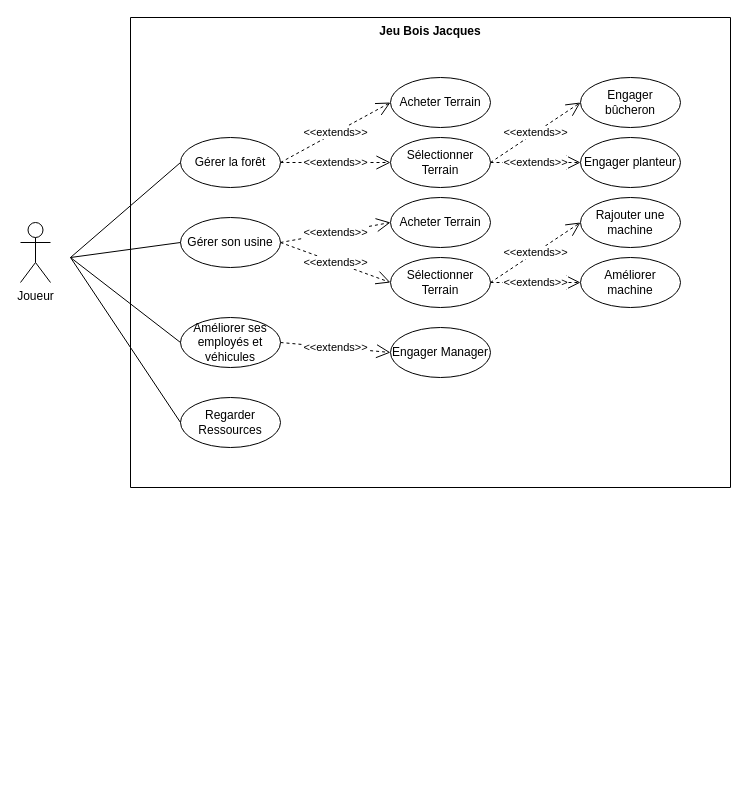
QuinD3cim/AP4B_Lumber keeps this draw.io diagram as page "DCU" (3 of 3) of UML_diagrams/reduced_visibility_uml.drawio. Above is the earlier version. Source tidied: cells renumbered, new cells numbered last; positions are measured from the earlier drawing's top-left corner, leaving out a move shared by most shapes. Both pictures are drawn from the tidied source at 100%, with x=0, y=0 at pixel (20, 17).
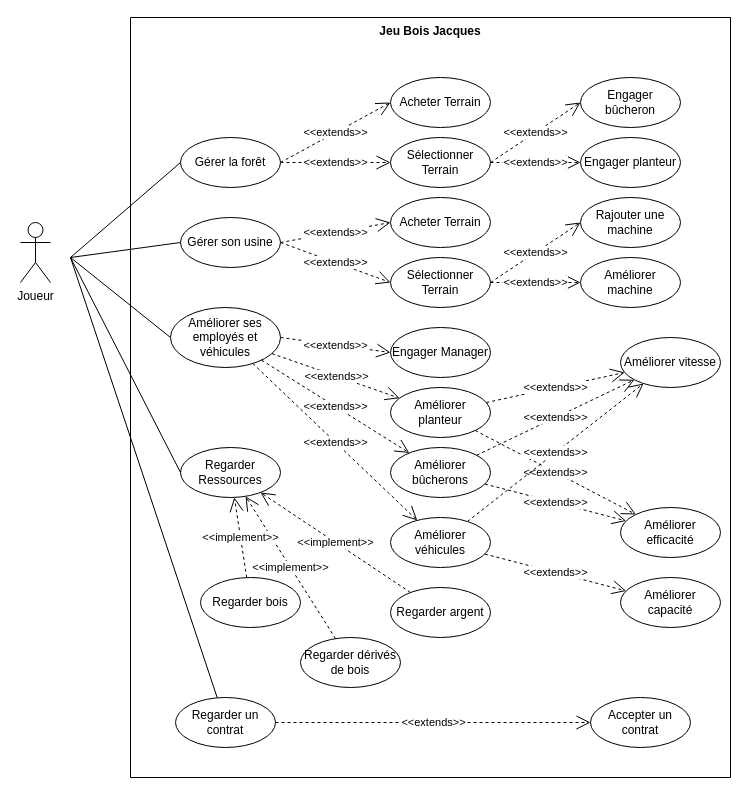
The same diagram, later.

Change to the diagram source:
```diff
@@
     <mxCell id="3" value="Jeu Bois Jacques" style="swimlane;startSize=0;verticalAlign=top;" parent="1" vertex="1">
-      <mxGeometry x="110" width="600" height="470" as="geometry" />
+      <mxGeometry x="110" width="600" height="760" as="geometry" />
     </mxCell>
@@
     <mxCell id="11" value="Améliorer ses employés et véhicules" style="ellipse;whiteSpace=wrap;html=1;" parent="3" vertex="1">
-      <mxGeometry x="50" y="300" width="100" height="50" as="geometry" />
+      <mxGeometry x="40" y="290" width="110" height="60" as="geometry" />
     </mxCell>
@@
     <mxCell id="13" value="Regarder Ressources" style="ellipse;whiteSpace=wrap;html=1;" parent="3" vertex="1">
-      <mxGeometry x="50" y="380" width="100" height="50" as="geometry" />
+      <mxGeometry x="50" y="430" width="100" height="50" as="geometry" />
     </mxCell>
@@
+    <mxCell id="30" value="&amp;lt;&amp;lt;extends&amp;gt;&amp;gt;" style="edgeStyle=none;html=1;dashed=1;endArrow=open;endFill=0;endSize=12;strokeWidth=1;" parent="3" edge="1" source="11" target="31">
+      <mxGeometry relative="1" as="geometry" />
+    </mxCell>
+    <mxCell id="31" value="Améliorer planteur" style="ellipse;whiteSpace=wrap;html=1;" parent="3" vertex="1">
+      <mxGeometry x="260" y="370" width="100" height="50" as="geometry" />
+    </mxCell>
+    <mxCell id="32" value="Améliorer bûcherons" style="ellipse;whiteSpace=wrap;html=1;" parent="3" vertex="1">
+      <mxGeometry x="260" y="430" width="100" height="50" as="geometry" />
+    </mxCell>
+    <mxCell id="33" value="&amp;lt;&amp;lt;extends&amp;gt;&amp;gt;" style="edgeStyle=none;html=1;dashed=1;endArrow=open;endFill=0;endSize=12;strokeWidth=1;" parent="3" edge="1" source="11" target="32">
+      <mxGeometry relative="1" as="geometry" />
+    </mxCell>
+    <mxCell id="34" value="Améliorer véhicules" style="ellipse;whiteSpace=wrap;html=1;" parent="3" vertex="1">
+      <mxGeometry x="260" y="500" width="100" height="50" as="geometry" />
+    </mxCell>
+    <mxCell id="35" value="&amp;lt;&amp;lt;extends&amp;gt;&amp;gt;" style="edgeStyle=none;html=1;dashed=1;endArrow=open;endFill=0;endSize=12;strokeWidth=1;" parent="3" edge="1" source="11" target="34">
+      <mxGeometry relative="1" as="geometry" />
+    </mxCell>
+    <mxCell id="36" value="Améliorer vitesse" style="ellipse;whiteSpace=wrap;html=1;" parent="3" vertex="1">
+      <mxGeometry x="490" y="320" width="100" height="50" as="geometry" />
+    </mxCell>
+    <mxCell id="37" value="Améliorer efficacité" style="ellipse;whiteSpace=wrap;html=1;" parent="3" vertex="1">
+      <mxGeometry x="490" y="490" width="100" height="50" as="geometry" />
+    </mxCell>
+    <mxCell id="38" value="&amp;lt;&amp;lt;extends&amp;gt;&amp;gt;" style="edgeStyle=none;html=1;dashed=1;endArrow=open;endFill=0;endSize=12;strokeWidth=1;" parent="3" edge="1" source="31" target="36">
+      <mxGeometry relative="1" as="geometry" />
+    </mxCell>
+    <mxCell id="39" value="&amp;lt;&amp;lt;extends&amp;gt;&amp;gt;" style="edgeStyle=none;html=1;dashed=1;endArrow=open;endFill=0;endSize=12;strokeWidth=1;" parent="3" edge="1" source="32" target="36">
+      <mxGeometry relative="1" as="geometry" />
+    </mxCell>
+    <mxCell id="40" value="&amp;lt;&amp;lt;extends&amp;gt;&amp;gt;" style="edgeStyle=none;html=1;dashed=1;endArrow=open;endFill=0;endSize=12;strokeWidth=1;" parent="3" edge="1" source="31" target="37">
+      <mxGeometry relative="1" as="geometry" />
+    </mxCell>
+    <mxCell id="41" value="&amp;lt;&amp;lt;extends&amp;gt;&amp;gt;" style="edgeStyle=none;html=1;dashed=1;endArrow=open;endFill=0;endSize=12;strokeWidth=1;" parent="3" edge="1" source="32" target="37">
+      <mxGeometry relative="1" as="geometry" />
+    </mxCell>
+    <mxCell id="42" value="&amp;lt;&amp;lt;extends&amp;gt;&amp;gt;" style="edgeStyle=none;html=1;dashed=1;endArrow=open;endFill=0;endSize=12;strokeWidth=1;" parent="3" edge="1" source="34" target="36">
+      <mxGeometry relative="1" as="geometry" />
+    </mxCell>
+    <mxCell id="43" value="Améliorer capacité" style="ellipse;whiteSpace=wrap;html=1;" parent="3" vertex="1">
+      <mxGeometry x="490" y="560" width="100" height="50" as="geometry" />
+    </mxCell>
+    <mxCell id="44" value="&amp;lt;&amp;lt;extends&amp;gt;&amp;gt;" style="edgeStyle=none;html=1;dashed=1;endArrow=open;endFill=0;endSize=12;strokeWidth=1;" parent="3" edge="1" source="34" target="43">
+      <mxGeometry relative="1" as="geometry" />
+    </mxCell>
+    <mxCell id="45" value="Regarder un contrat" style="ellipse;whiteSpace=wrap;html=1;" parent="3" vertex="1">
+      <mxGeometry x="45" y="680" width="100" height="50" as="geometry" />
+    </mxCell>
+    <mxCell id="46" value="Accepter un contrat" style="ellipse;whiteSpace=wrap;html=1;" parent="3" vertex="1">
+      <mxGeometry x="460" y="680" width="100" height="50" as="geometry" />
+    </mxCell>
+    <mxCell id="47" value="&amp;lt;&amp;lt;extends&amp;gt;&amp;gt;" style="edgeStyle=none;html=1;dashed=1;endArrow=open;endFill=0;endSize=12;strokeWidth=1;" parent="3" edge="1" source="45" target="46">
+      <mxGeometry relative="1" as="geometry" />
+    </mxCell>
+    <mxCell id="48" value="Regarder bois" style="ellipse;whiteSpace=wrap;html=1;" parent="3" vertex="1">
+      <mxGeometry x="70" y="560" width="100" height="50" as="geometry" />
+    </mxCell>
+    <mxCell id="49" value="Regarder argent" style="ellipse;whiteSpace=wrap;html=1;" parent="3" vertex="1">
+      <mxGeometry x="260" y="570" width="100" height="50" as="geometry" />
+    </mxCell>
+    <mxCell id="50" value="Regarder dérivés de bois" style="ellipse;whiteSpace=wrap;html=1;" parent="3" vertex="1">
+      <mxGeometry x="170" y="620" width="100" height="50" as="geometry" />
+    </mxCell>
+    <mxCell id="51" value="&amp;lt;&amp;lt;implement&amp;gt;&amp;gt;" style="edgeStyle=none;html=1;dashed=1;endArrow=open;endFill=0;endSize=12;strokeWidth=1;" parent="3" edge="1" source="50" target="13">
+      <mxGeometry relative="1" as="geometry" />
+    </mxCell>
+    <mxCell id="52" value="&amp;lt;&amp;lt;implement&amp;gt;&amp;gt;" style="edgeStyle=none;html=1;dashed=1;endArrow=open;endFill=0;endSize=12;strokeWidth=1;" parent="3" edge="1" source="49" target="13">
+      <mxGeometry relative="1" as="geometry" />
+    </mxCell>
+    <mxCell id="53" value="&amp;lt;&amp;lt;implement&amp;gt;&amp;gt;" style="edgeStyle=none;html=1;dashed=1;endArrow=open;endFill=0;endSize=12;strokeWidth=1;" parent="3" edge="1" source="48" target="13">
+      <mxGeometry relative="1" as="geometry" />
+    </mxCell>
@@
+    <mxCell id="54" style="edgeStyle=none;html=1;endArrow=none;endFill=0;endSize=12;strokeWidth=1;" parent="1" edge="1" source="45">
+      <mxGeometry relative="1" as="geometry">
+        <mxPoint x="50" y="240" as="targetPoint" />
+      </mxGeometry>
+    </mxCell>
```
